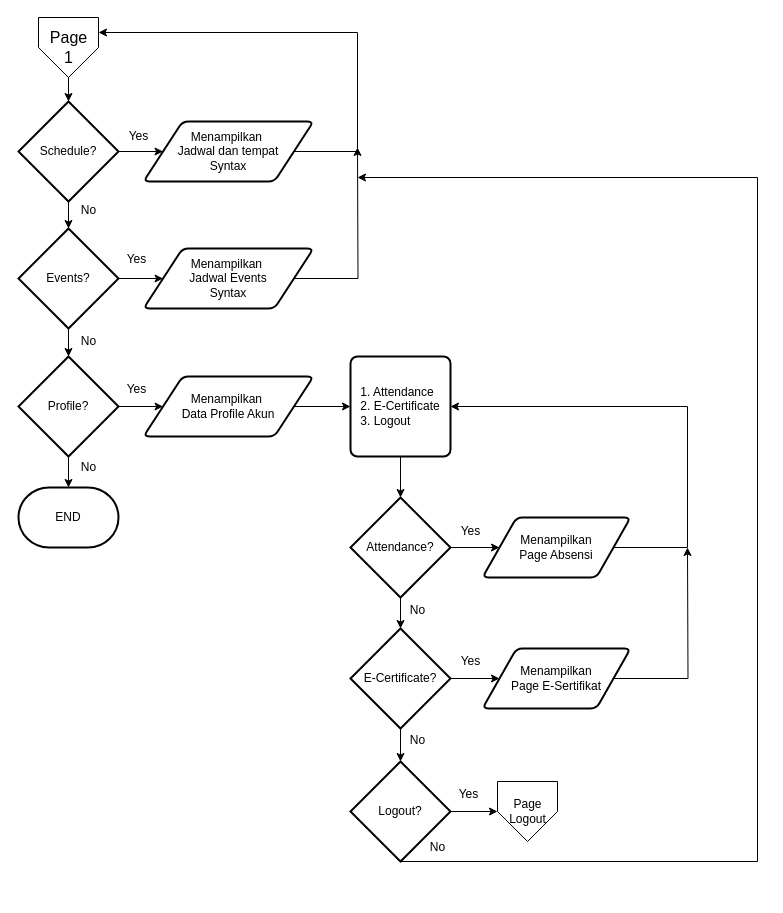
This is PG1.drawio from dapzz-id/DrawIO, a draw.io file, before an edit. Source tidied: cells renumbered, new cells numbered last; positions are measured from the earlier drawing's top-left corner, leaving out a move shared by most shapes. Both pictures are drawn from the tidied source at 100%, with x=0, y=0 at pixel (18, 17).
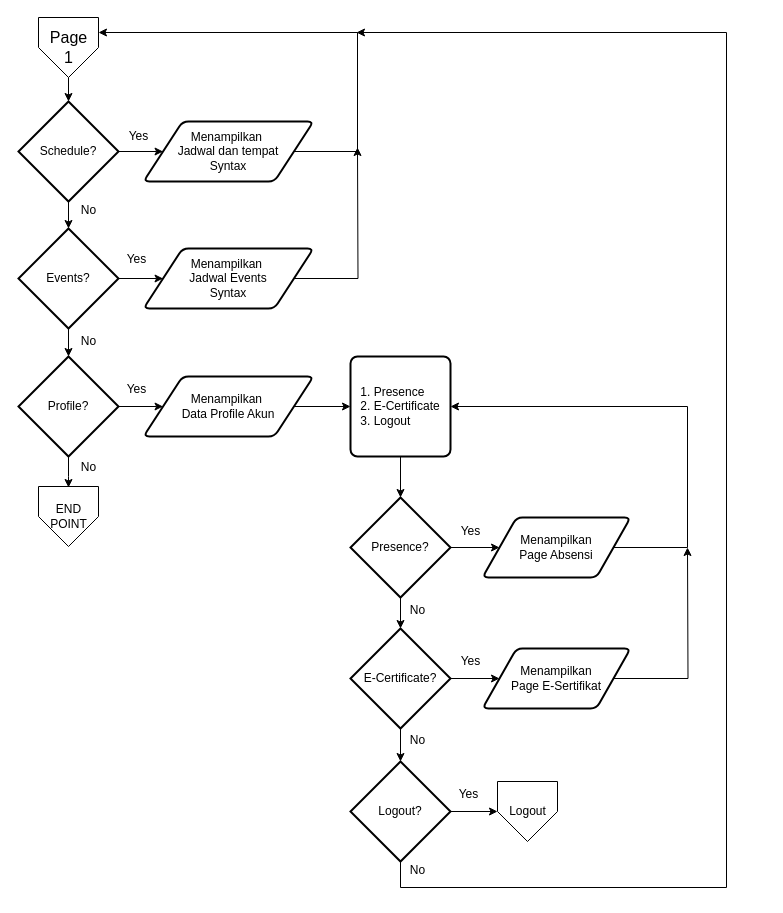
Above is the later version.

Unchanged cells that the change refers to:
```xml
<mxCell id="11" value="Profile?" style="strokeWidth=2;html=1;shape=mxgraph.flowchart.decision;whiteSpace=wrap;" parent="1" vertex="1">
  <mxGeometry y="339" width="100" height="100" as="geometry" />
</mxCell>
<mxCell id="38" value="Logout?" style="strokeWidth=2;html=1;shape=mxgraph.flowchart.decision;whiteSpace=wrap;" parent="1" vertex="1">
  <mxGeometry x="332" y="744" width="100" height="100" as="geometry" />
</mxCell>
```

Change to the diagram source:
```diff
@@
-    <mxCell id="10" style="edgeStyle=orthogonalEdgeStyle;rounded=0;jettySize=auto;html=1;" parent="1" edge="1" source="11" target="21">
-      <mxGeometry relative="1" as="geometry" />
+    <mxCell id="10" style="edgeStyle=orthogonalEdgeStyle;rounded=0;jettySize=auto;html=1;" parent="1" edge="1" source="11">
+      <mxGeometry relative="1" as="geometry">
+        <mxPoint x="50" y="470" as="targetPoint" />
+      </mxGeometry>
     </mxCell>
@@
-    <mxCell id="21" value="END" style="strokeWidth=2;html=1;shape=mxgraph.flowchart.terminator;whiteSpace=wrap;" parent="1" vertex="1">
-      <mxGeometry y="470" width="100" height="60" as="geometry" />
-    </mxCell>
@@
-    <mxCell id="23" value="&lt;div style=&quot;text-align: justify;&quot;&gt;&lt;span style=&quot;background-color: initial;&quot;&gt;1. Attendance&lt;/span&gt;&lt;/div&gt;&lt;div style=&quot;text-align: justify;&quot;&gt;2. E-Certificate&lt;/div&gt;&lt;div style=&quot;text-align: justify;&quot;&gt;3. Logout&lt;/div&gt;" style="rounded=1;whiteSpace=wrap;html=1;absoluteArcSize=1;arcSize=14;strokeWidth=2;" parent="1" vertex="1">
+    <mxCell id="23" value="&lt;div style=&quot;text-align: justify;&quot;&gt;&lt;span style=&quot;background-color: initial;&quot;&gt;1. Presence&lt;/span&gt;&lt;/div&gt;&lt;div style=&quot;text-align: justify;&quot;&gt;2. E-Certificate&lt;/div&gt;&lt;div style=&quot;text-align: justify;&quot;&gt;3. Logout&lt;/div&gt;" style="rounded=1;whiteSpace=wrap;html=1;absoluteArcSize=1;arcSize=14;strokeWidth=2;" parent="1" vertex="1">
       <mxGeometry x="332" y="339" width="100" height="100" as="geometry" />
     </mxCell>
@@
-    <mxCell id="26" value="Attendance?" style="strokeWidth=2;html=1;shape=mxgraph.flowchart.decision;whiteSpace=wrap;" parent="1" vertex="1">
+    <mxCell id="26" value="Presence?" style="strokeWidth=2;html=1;shape=mxgraph.flowchart.decision;whiteSpace=wrap;" parent="1" vertex="1">
       <mxGeometry x="332" y="480" width="100" height="100" as="geometry" />
     </mxCell>
@@
-    <mxCell id="36" style="edgeStyle=elbowEdgeStyle;rounded=0;jettySize=auto;html=1;exitX=0.5;exitY=1;exitDx=0;exitDy=0;exitPerimeter=0;" parent="1" edge="1" source="38">
-      <mxGeometry relative="1" as="geometry">
-        <mxPoint x="339" y="160" as="targetPoint" />
-        <Array as="points">
-          <mxPoint x="739" y="150" />
-          <mxPoint x="739" y="160" />
-          <mxPoint x="739" y="490" />
-        </Array>
-      </mxGeometry>
-    </mxCell>
@@
+    <mxCell id="48" style="edgeStyle=orthogonalEdgeStyle;rounded=0;jettySize=auto;html=1;exitX=0.5;exitY=1;exitDx=0;exitDy=0;exitPerimeter=0;" parent="1" edge="1" source="38">
+      <mxGeometry relative="1" as="geometry">
+        <mxPoint x="338" y="15" as="targetPoint" />
+        <Array as="points">
+          <mxPoint x="382" y="870" />
+          <mxPoint x="708" y="870" />
+          <mxPoint x="708" y="15" />
+        </Array>
+      </mxGeometry>
+    </mxCell>
@@
     <mxCell id="39" value="No" style="text;html=1;align=center;verticalAlign=middle;strokeColor=none;fillColor=none;" parent="1" vertex="1">
-      <mxGeometry x="399" y="815" width="40" height="30" as="geometry" />
+      <mxGeometry x="379" y="838" width="40" height="30" as="geometry" />
     </mxCell>
@@
-    <mxCell id="42" value="&lt;font style=&quot;font-size: 12px;&quot;&gt;Page&lt;/font&gt;&lt;div style=&quot;&quot;&gt;&lt;font style=&quot;font-size: 12px;&quot;&gt;Logout&lt;/font&gt;&lt;/div&gt;" style="verticalLabelPosition=middle;verticalAlign=middle;html=1;shape=offPageConnector;rounded=0;size=0.5;labelPosition=center;align=center;" parent="1" vertex="1">
+    <mxCell id="42" value="&lt;span style=&quot;background-color: initial;&quot;&gt;Logout&lt;/span&gt;" style="verticalLabelPosition=middle;verticalAlign=middle;html=1;shape=offPageConnector;rounded=0;size=0.5;labelPosition=center;align=center;" parent="1" vertex="1">
       <mxGeometry x="479" y="764" width="60" height="60" as="geometry" />
     </mxCell>
@@
+    <mxCell id="49" value="END&lt;div&gt;POINT&lt;/div&gt;" style="verticalLabelPosition=middle;verticalAlign=middle;html=1;shape=offPageConnector;rounded=0;size=0.5;labelPosition=center;align=center;" parent="1" vertex="1">
+      <mxGeometry x="20" y="469" width="60" height="60" as="geometry" />
+    </mxCell>
```
